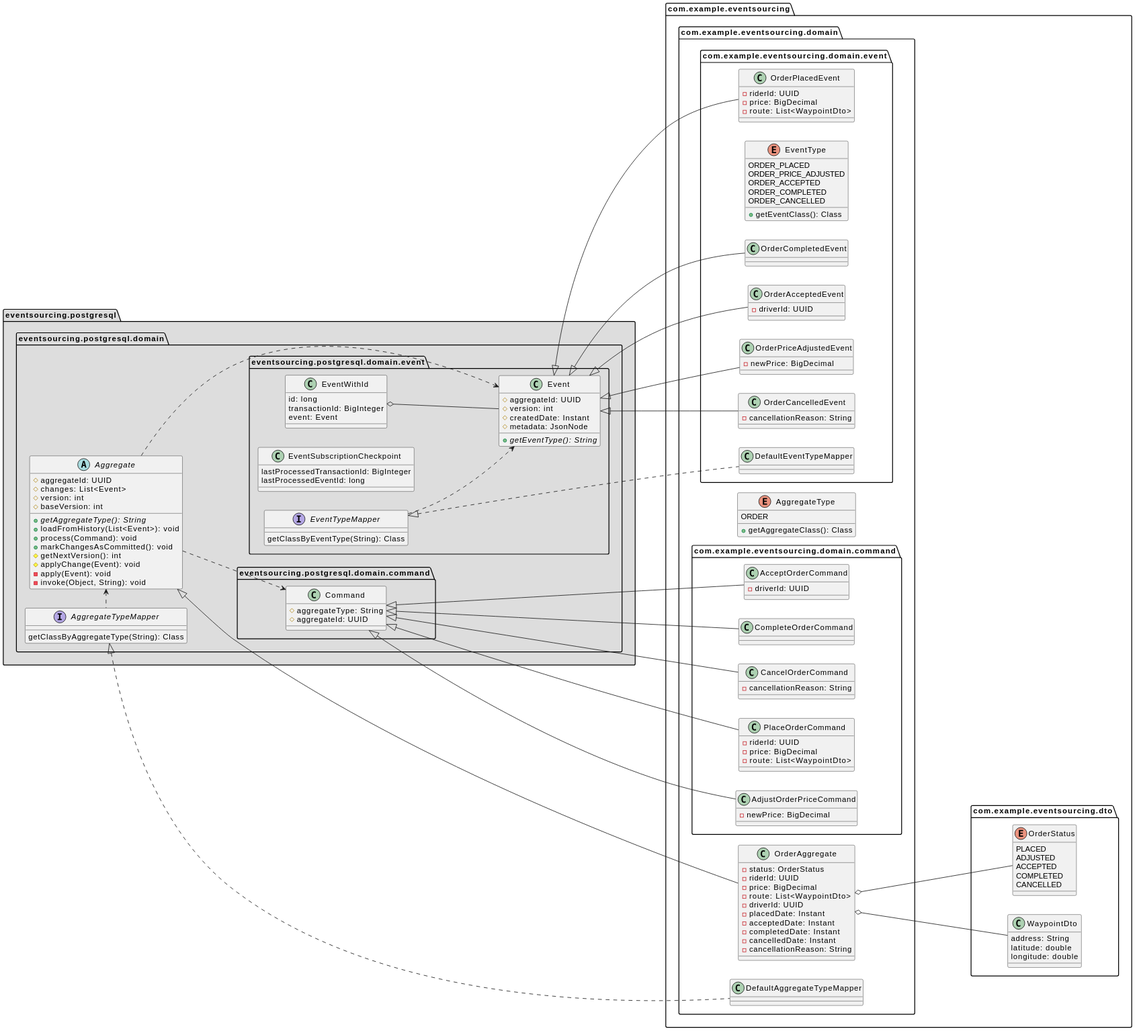
Earlier version of the PlantUML export img/class-domain.svg (tonminhce/postgresql-event-sourcing).
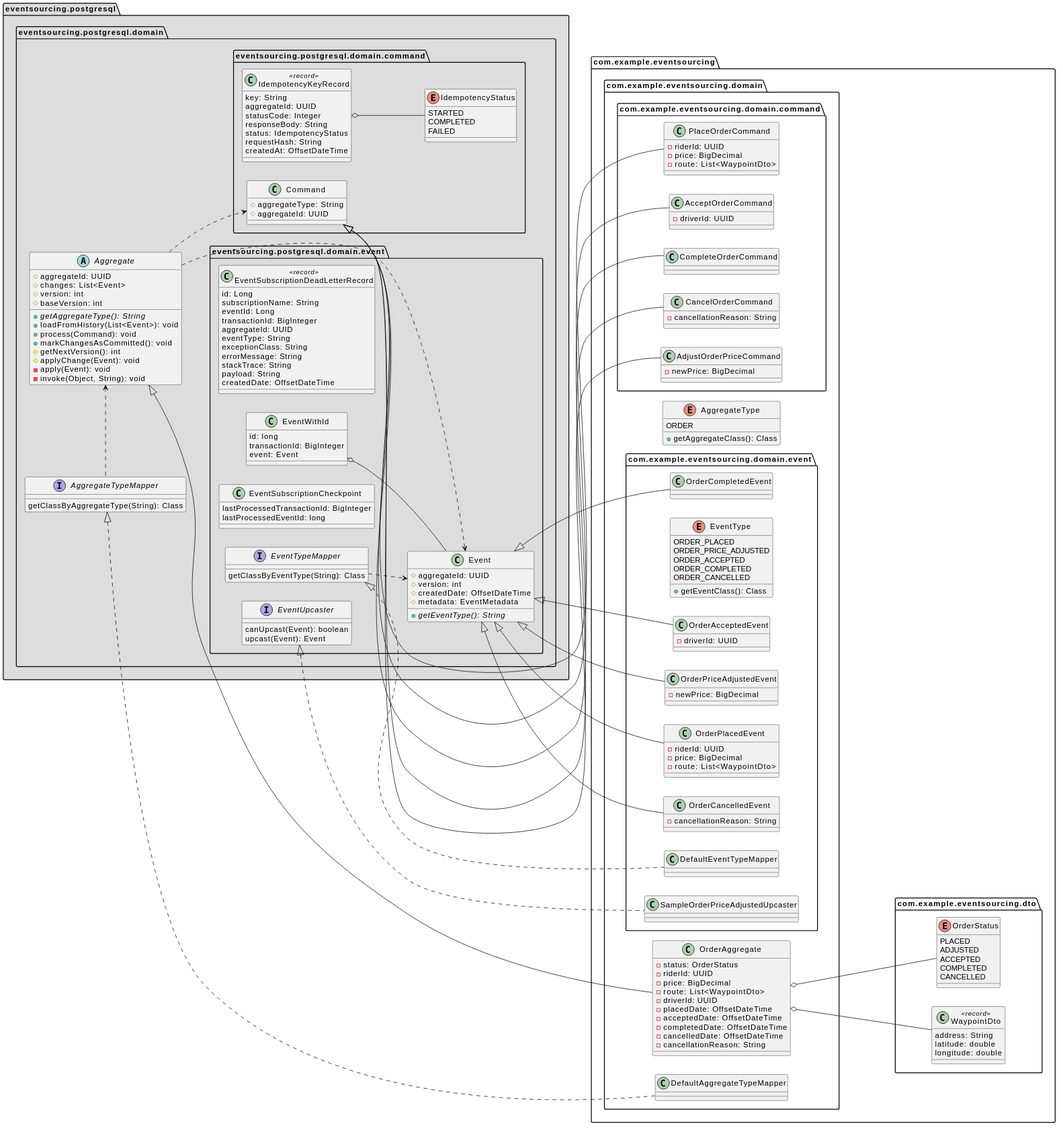
The same file after the commit.

Commit message:
docs(diagrams): update all 3 original class diagrams (domain, projection, service) to reflect new architecture

Change to the diagram source:
```diff
@@ -1,6 +1,6 @@
 @startuml
-scale max 1024 width
-scale max 1100 height
+scale max 1100 width
+scale max 1200 height
 
 set separator none
 
@@ -35,6 +35,22 @@
         #aggregateType: String
         #aggregateId: UUID
       }
+
+      enum IdempotencyStatus {
+        STARTED
+        COMPLETED
+        FAILED
+      }
+
+      class IdempotencyKeyRecord << record >> {
+        key: String
+        aggregateId: UUID
+        statusCode: Integer
+        responseBody: String
+        status: IdempotencyStatus
+        requestHash: String
+        createdAt: OffsetDateTime
+      }
     }
 
     package eventsourcing.postgresql.domain.event {
@@ -42,13 +58,18 @@
       class Event {
         #aggregateId: UUID
         #version: int
-        #createdDate: Instant
-        #metadata: JsonNode
+        #createdDate: OffsetDateTime
+        #metadata: EventMetadata
         {abstract} +getEventType(): String
       }
 
       interface EventTypeMapper {
         getClassByEventType(String): Class
+      }
+
+      interface EventUpcaster {
+        canUpcast(Event): boolean
+        upcast(Event): Event
       }
 
       class EventSubscriptionCheckpoint {
@@ -60,6 +81,20 @@
         id: long
         transactionId: BigInteger
         event: Event
+      }
+
+      class EventSubscriptionDeadLetterRecord << record >> {
+        id: Long
+        subscriptionName: String
+        eventId: Long
+        transactionId: BigInteger
+        aggregateId: UUID
+        eventType: String
+        exceptionClass: String
+        errorMessage: String
+        stackTrace: String
+        payload: String
+        createdDate: OffsetDateTime
       }
     }
   }
@@ -75,10 +110,10 @@
       -price: BigDecimal
       -route: List<WaypointDto>
       -driverId: UUID
-      -placedDate: Instant
-      -acceptedDate: Instant
-      -completedDate: Instant
-      -cancelledDate: Instant
+      -placedDate: OffsetDateTime
+      -acceptedDate: OffsetDateTime
+      -completedDate: OffsetDateTime
+      -cancelledDate: OffsetDateTime
       -cancellationReason: String
     }
 
@@ -137,6 +172,9 @@
         -cancellationReason: String
       }
 
+      class SampleOrderPriceAdjustedUpcaster {
+      }
+
       enum EventType {
         ORDER_PLACED
         ORDER_PRICE_ADJUSTED
@@ -153,7 +191,7 @@
 
   package com.example.eventsourcing.dto {
 
-    class WaypointDto {
+    class WaypointDto << record >> {
       address: String
       latitude: double
       longitude: double
@@ -191,6 +229,9 @@
 Event <|-- OrderCompletedEvent
 Event <|-- OrderCancelledEvent
 
+EventUpcaster <|.. SampleOrderPriceAdjustedUpcaster
+IdempotencyKeyRecord o-- IdempotencyStatus
+
 EventWithId o-- Event
 
 EventTypeMapper ..> Event
```
